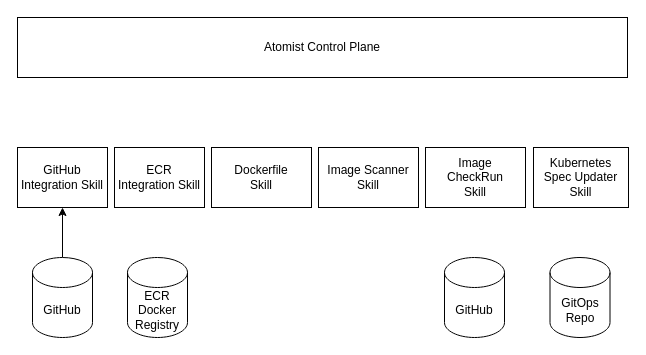
Before: page "Practical" (2 of 2) of docs/architecture/architecture.drawio in atomisthq/docs, a draw.io diagram. Source tidied: cells renumbered, new cells numbered last; positions are measured from the earlier drawing's top-left corner, leaving out a move shared by most shapes. Both pictures are drawn from the tidied source at 100%, with x=0, y=0 at pixel (17, 17).
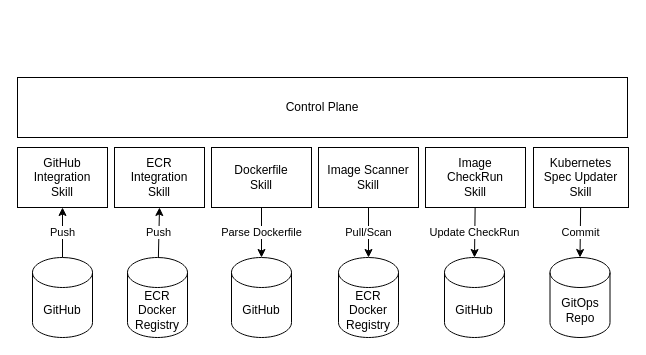
Above is the later version.

The change refers to these unchanged cells:
```xml
<mxCell id="2" value="ECR&lt;br&gt;Docker&lt;br&gt;Registry" style="shape=cylinder3;whiteSpace=wrap;html=1;boundedLbl=1;backgroundOutline=1;size=15;" parent="1" vertex="1">
  <mxGeometry x="110" y="240" width="60" height="80" as="geometry" />
</mxCell>
<mxCell id="5" value="Image Scanner&lt;br&gt;Skill" style="rounded=0;whiteSpace=wrap;html=1;" parent="1" vertex="1">
  <mxGeometry x="301" y="130" width="100" height="60" as="geometry" />
</mxCell>
<mxCell id="7" style="edgeStyle=none;rounded=0;jettySize=auto;html=1;exitX=0.5;exitY=0;exitDx=0;exitDy=0;exitPerimeter=0;entryX=0.5;entryY=1;entryDx=0;entryDy=0;strokeWidth=1;" parent="1" edge="1" source="8" target="6">
  <mxGeometry relative="1" as="geometry" />
</mxCell>
<mxCell id="9" value="Image&lt;br&gt;CheckRun&lt;br&gt;Skill" style="rounded=0;whiteSpace=wrap;html=1;" parent="1" vertex="1">
  <mxGeometry x="408" y="130" width="100" height="60" as="geometry" />
</mxCell>
<mxCell id="10" value="Kubernetes&lt;br&gt;Spec Updater&lt;br&gt;Skill" style="rounded=0;whiteSpace=wrap;html=1;" parent="1" vertex="1">
  <mxGeometry x="516" y="130" width="95" height="60" as="geometry" />
</mxCell>
<mxCell id="11" value="GitHub" style="shape=cylinder3;whiteSpace=wrap;html=1;boundedLbl=1;backgroundOutline=1;size=15;" parent="1" vertex="1">
  <mxGeometry x="427" y="240" width="60" height="80" as="geometry" />
</mxCell>
<mxCell id="12" value="GitOps&lt;br&gt;Repo" style="shape=cylinder3;whiteSpace=wrap;html=1;boundedLbl=1;backgroundOutline=1;size=15;" parent="1" vertex="1">
  <mxGeometry x="532.5" y="240" width="60" height="80" as="geometry" />
</mxCell>
<mxCell id="13" value="Dockerfile&lt;br&gt;Skill" style="rounded=0;whiteSpace=wrap;html=1;" parent="1" vertex="1">
  <mxGeometry x="194" y="130" width="100" height="60" as="geometry" />
</mxCell>
```

Change to the diagram source:
```diff
@@
+    <mxCell id="14" value="Push" style="rounded=0;jettySize=auto;html=1;" parent="1" edge="1" source="2">
+      <mxGeometry relative="1" as="geometry">
+        <mxPoint x="142" y="190" as="targetPoint" />
+      </mxGeometry>
+    </mxCell>
@@
-    <mxCell id="3" value="ECR&lt;br&gt;Integration Skill" style="rounded=0;whiteSpace=wrap;html=1;" parent="1" vertex="1">
+    <mxCell id="3" value="ECR&lt;br&gt;Integration&lt;br&gt;Skill" style="rounded=0;whiteSpace=wrap;html=1;" parent="1" vertex="1">
       <mxGeometry x="97" y="130" width="90" height="60" as="geometry" />
     </mxCell>
-    <mxCell id="4" value="Atomist Control Plane" style="rounded=0;whiteSpace=wrap;html=1;" parent="1" vertex="1">
-      <mxGeometry width="610" height="60" as="geometry" />
+    <mxCell id="4" value="Control Plane" style="rounded=0;whiteSpace=wrap;html=1;" parent="1" vertex="1">
+      <mxGeometry y="60" width="610" height="60" as="geometry" />
     </mxCell>
+    <mxCell id="15" value="Pull/Scan" style="edgeStyle=none;rounded=0;jettySize=auto;html=1;entryX=0.5;entryY=0;entryDx=0;entryDy=0;entryPerimeter=0;" parent="1" edge="1" source="5" target="21">
+      <mxGeometry relative="1" as="geometry" />
+    </mxCell>
@@
-    <mxCell id="6" value="GitHub&lt;br&gt;Integration Skill" style="rounded=0;whiteSpace=wrap;html=1;" parent="1" vertex="1">
+    <mxCell id="6" value="GitHub&lt;br&gt;Integration&lt;br&gt;Skill" style="rounded=0;whiteSpace=wrap;html=1;" parent="1" vertex="1">
       <mxGeometry y="130" width="90" height="60" as="geometry" />
     </mxCell>
@@
+    <mxCell id="16" value="Push" style="edgeLabel;html=1;align=center;verticalAlign=middle;" parent="7" vertex="1">
+      <mxGeometry x="0.04" y="1" relative="1" as="geometry" />
+    </mxCell>
@@
+    <mxCell id="17" value="Update CheckRun" style="edgeStyle=none;rounded=0;jettySize=auto;html=1;entryX=0.5;entryY=0;entryDx=0;entryDy=0;entryPerimeter=0;" parent="1" edge="1" source="9" target="11">
+      <mxGeometry relative="1" as="geometry" />
+    </mxCell>
@@
+    <mxCell id="18" value="Commit" style="edgeStyle=none;rounded=0;jettySize=auto;html=1;entryX=0.5;entryY=0;entryDx=0;entryDy=0;entryPerimeter=0;" parent="1" edge="1" source="10" target="12">
+      <mxGeometry relative="1" as="geometry" />
+    </mxCell>
@@
+    <mxCell id="19" value="Parse Dockerfile" style="edgeStyle=none;rounded=0;jettySize=auto;html=1;entryX=0.5;entryY=0;entryDx=0;entryDy=0;entryPerimeter=0;" parent="1" edge="1" source="13" target="20">
+      <mxGeometry relative="1" as="geometry" />
+    </mxCell>
@@
+    <mxCell id="20" value="GitHub" style="shape=cylinder3;whiteSpace=wrap;html=1;boundedLbl=1;backgroundOutline=1;size=15;" parent="1" vertex="1">
+      <mxGeometry x="214" y="240" width="60" height="80" as="geometry" />
+    </mxCell>
+    <mxCell id="21" value="ECR&lt;br&gt;Docker&lt;br&gt;Registry" style="shape=cylinder3;whiteSpace=wrap;html=1;boundedLbl=1;backgroundOutline=1;size=15;" parent="1" vertex="1">
+      <mxGeometry x="321" y="240" width="60" height="80" as="geometry" />
+    </mxCell>
```
